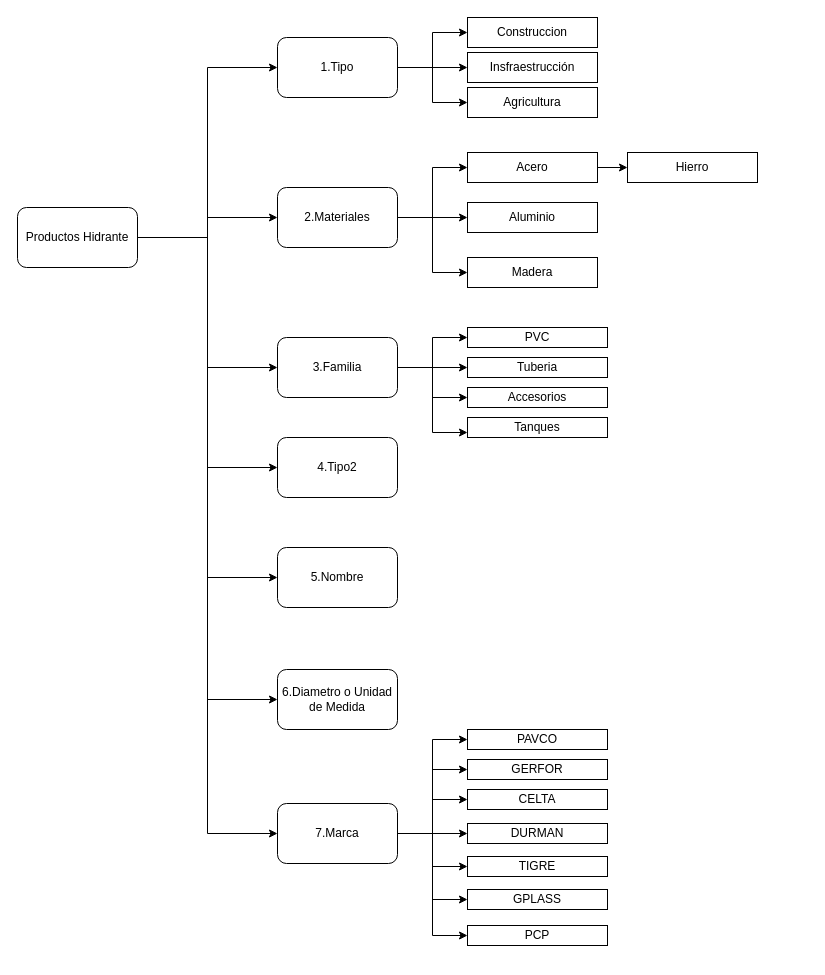
Above: Untitled Diagram.drawio in diegoamb03/APOYO_BI (draw.io), before the change. Source tidied: cells renumbered, new cells numbered last; positions are measured from the earlier drawing's top-left corner, leaving out a move shared by most shapes. Both pictures are drawn from the tidied source at 100%, with x=0, y=0 at pixel (17, 17).
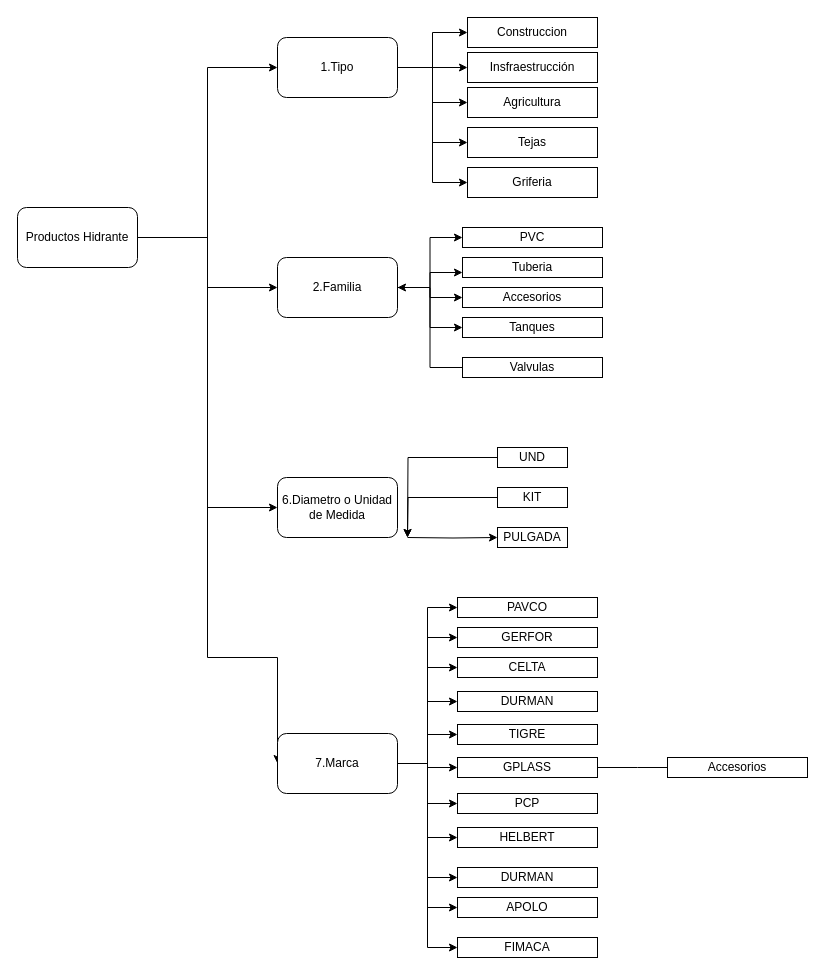
The same diagram, later.

Unchanged cells that the change refers to:
```xml
<mxCell id="9" value="Productos Hidrante" style="rounded=1;whiteSpace=wrap;html=1;" parent="1" vertex="1">
  <mxGeometry y="190" width="120" height="60" as="geometry" />
</mxCell>
<mxCell id="13" value="1.Tipo" style="rounded=1;whiteSpace=wrap;html=1;" parent="1" vertex="1">
  <mxGeometry x="260" y="20" width="120" height="60" as="geometry" />
</mxCell>
```

The edit, as a diff of the source:
```diff
@@
-    <mxCell id="4" style="edgeStyle=orthogonalEdgeStyle;rounded=0;jettySize=auto;html=1;entryX=0;entryY=0.5;entryDx=0;entryDy=0;" parent="1" edge="1" source="9" target="19">
-      <mxGeometry relative="1" as="geometry" />
-    </mxCell>
-    <mxCell id="5" style="edgeStyle=orthogonalEdgeStyle;rounded=0;jettySize=auto;html=1;entryX=0;entryY=0.5;entryDx=0;entryDy=0;" parent="1" edge="1" source="9" target="20">
-      <mxGeometry relative="1" as="geometry" />
-    </mxCell>
@@
     <mxCell id="7" style="edgeStyle=orthogonalEdgeStyle;rounded=0;jettySize=auto;html=1;entryX=0;entryY=0.5;entryDx=0;entryDy=0;" parent="1" edge="1" source="9" target="28">
-      <mxGeometry relative="1" as="geometry" />
+      <mxGeometry relative="1" as="geometry">
+        <Array as="points">
+          <mxPoint x="190" y="220" />
+          <mxPoint x="190" y="640" />
+        </Array>
+      </mxGeometry>
     </mxCell>
-    <mxCell id="8" style="edgeStyle=orthogonalEdgeStyle;rounded=0;jettySize=auto;html=1;entryX=0;entryY=0.5;entryDx=0;entryDy=0;" parent="1" edge="1" source="9" target="47">
-      <mxGeometry relative="1" as="geometry" />
-    </mxCell>
@@
+    <mxCell id="53" style="edgeStyle=orthogonalEdgeStyle;rounded=0;jettySize=auto;html=1;entryX=0;entryY=0.5;entryDx=0;entryDy=0;" parent="1" edge="1" source="13" target="67">
+      <mxGeometry relative="1" as="geometry" />
+    </mxCell>
+    <mxCell id="54" style="edgeStyle=orthogonalEdgeStyle;rounded=0;jettySize=auto;html=1;entryX=0;entryY=0.5;entryDx=0;entryDy=0;" parent="1" edge="1" source="13" target="68">
+      <mxGeometry relative="1" as="geometry" />
+    </mxCell>
@@
-    <mxCell id="15" style="edgeStyle=orthogonalEdgeStyle;rounded=0;jettySize=auto;html=1;" parent="1" edge="1" source="18" target="33">
+    <mxCell id="15" style="edgeStyle=orthogonalEdgeStyle;rounded=0;jettySize=auto;html=1;entryX=0;entryY=0.75;entryDx=0;entryDy=0;" parent="1" edge="1" source="18" target="33">
       <mxGeometry relative="1" as="geometry" />
     </mxCell>
@@
-    <mxCell id="17" style="edgeStyle=orthogonalEdgeStyle;rounded=0;jettySize=auto;html=1;entryX=0;entryY=0.75;entryDx=0;entryDy=0;" parent="1" edge="1" source="18" target="35">
+    <mxCell id="17" style="edgeStyle=orthogonalEdgeStyle;rounded=0;jettySize=auto;html=1;entryX=0;entryY=0.5;entryDx=0;entryDy=0;" parent="1" edge="1" source="18" target="35">
       <mxGeometry relative="1" as="geometry" />
     </mxCell>
-    <mxCell id="18" value="3.Familia" style="rounded=1;whiteSpace=wrap;html=1;" parent="1" vertex="1">
-      <mxGeometry x="260" y="320" width="120" height="60" as="geometry" />
+    <mxCell id="18" value="2.Familia" style="rounded=1;whiteSpace=wrap;html=1;" parent="1" vertex="1">
+      <mxGeometry x="260" y="240" width="120" height="60" as="geometry" />
     </mxCell>
-    <mxCell id="19" value="4.Tipo2" style="rounded=1;whiteSpace=wrap;html=1;" parent="1" vertex="1">
-      <mxGeometry x="260" y="420" width="120" height="60" as="geometry" />
-    </mxCell>
-    <mxCell id="20" value="5.Nombre" style="rounded=1;whiteSpace=wrap;html=1;" parent="1" vertex="1">
-      <mxGeometry x="260" y="530" width="120" height="60" as="geometry" />
-    </mxCell>
@@
+    <mxCell id="55" style="edgeStyle=orthogonalEdgeStyle;rounded=0;jettySize=auto;html=1;entryX=0;entryY=0.5;entryDx=0;entryDy=0;" parent="1" edge="1" source="28" target="66">
+      <mxGeometry relative="1" as="geometry" />
+    </mxCell>
+    <mxCell id="56" style="edgeStyle=orthogonalEdgeStyle;rounded=0;jettySize=auto;html=1;entryX=0;entryY=0.5;entryDx=0;entryDy=0;" parent="1" edge="1" source="28" target="70">
+      <mxGeometry relative="1" as="geometry" />
+    </mxCell>
+    <mxCell id="57" style="edgeStyle=orthogonalEdgeStyle;rounded=0;jettySize=auto;html=1;entryX=0;entryY=0.5;entryDx=0;entryDy=0;" parent="1" edge="1" source="28" target="71">
+      <mxGeometry relative="1" as="geometry" />
+    </mxCell>
+    <mxCell id="58" style="edgeStyle=orthogonalEdgeStyle;rounded=0;jettySize=auto;html=1;entryX=0;entryY=0.5;entryDx=0;entryDy=0;" parent="1" edge="1" source="28" target="72">
+      <mxGeometry relative="1" as="geometry" />
+    </mxCell>
     <mxCell id="28" value="7.Marca" style="rounded=1;whiteSpace=wrap;html=1;" parent="1" vertex="1">
-      <mxGeometry x="260" y="786" width="120" height="60" as="geometry" />
+      <mxGeometry x="260" y="716" width="120" height="60" as="geometry" />
     </mxCell>
@@
     <mxCell id="32" value="PVC" style="rounded=0;whiteSpace=wrap;html=1;" parent="1" vertex="1">
-      <mxGeometry x="450" y="310" width="140" height="20" as="geometry" />
+      <mxGeometry x="445" y="210" width="140" height="20" as="geometry" />
     </mxCell>
     <mxCell id="33" value="Tuberia" style="rounded=0;whiteSpace=wrap;html=1;" parent="1" vertex="1">
-      <mxGeometry x="450" y="340" width="140" height="20" as="geometry" />
+      <mxGeometry x="445" y="240" width="140" height="20" as="geometry" />
     </mxCell>
     <mxCell id="34" value="Accesorios" style="rounded=0;whiteSpace=wrap;html=1;" parent="1" vertex="1">
-      <mxGeometry x="450" y="370" width="140" height="20" as="geometry" />
+      <mxGeometry x="445" y="270" width="140" height="20" as="geometry" />
     </mxCell>
     <mxCell id="35" value="Tanques" style="rounded=0;whiteSpace=wrap;html=1;" parent="1" vertex="1">
-      <mxGeometry x="450" y="400" width="140" height="20" as="geometry" />
+      <mxGeometry x="445" y="300" width="140" height="20" as="geometry" />
     </mxCell>
+    <mxCell id="59" style="edgeStyle=orthogonalEdgeStyle;rounded=0;jettySize=auto;html=1;entryX=0;entryY=0.5;entryDx=0;entryDy=0;exitX=1;exitY=0.5;exitDx=0;exitDy=0;" parent="1" edge="1" target="65">
+      <mxGeometry relative="1" as="geometry">
+        <mxPoint x="390" y="520" as="sourcePoint" />
+      </mxGeometry>
+    </mxCell>
     <mxCell id="36" value="6.Diametro o Unidad de Medida" style="rounded=1;whiteSpace=wrap;html=1;" parent="1" vertex="1">
-      <mxGeometry x="260" y="652" width="120" height="60" as="geometry" />
+      <mxGeometry x="260" y="460" width="120" height="60" as="geometry" />
     </mxCell>
     <mxCell id="37" value="PAVCO" style="rounded=0;whiteSpace=wrap;html=1;" parent="1" vertex="1">
-      <mxGeometry x="450" y="712" width="140" height="20" as="geometry" />
+      <mxGeometry x="440" y="580" width="140" height="20" as="geometry" />
     </mxCell>
     <mxCell id="38" value="GERFOR" style="rounded=0;whiteSpace=wrap;html=1;" parent="1" vertex="1">
-      <mxGeometry x="450" y="742" width="140" height="20" as="geometry" />
+      <mxGeometry x="440" y="610" width="140" height="20" as="geometry" />
     </mxCell>
     <mxCell id="39" value="CELTA" style="rounded=0;whiteSpace=wrap;html=1;" parent="1" vertex="1">
-      <mxGeometry x="450" y="772" width="140" height="20" as="geometry" />
+      <mxGeometry x="440" y="640" width="140" height="20" as="geometry" />
     </mxCell>
     <mxCell id="40" value="DURMAN" style="rounded=0;whiteSpace=wrap;html=1;" parent="1" vertex="1">
-      <mxGeometry x="450" y="806" width="140" height="20" as="geometry" />
+      <mxGeometry x="440" y="674" width="140" height="20" as="geometry" />
     </mxCell>
     <mxCell id="41" value="TIGRE" style="rounded=0;whiteSpace=wrap;html=1;" parent="1" vertex="1">
-      <mxGeometry x="450" y="839" width="140" height="20" as="geometry" />
+      <mxGeometry x="440" y="707" width="140" height="20" as="geometry" />
     </mxCell>
+    <mxCell id="60" style="edgeStyle=orthogonalEdgeStyle;rounded=0;jettySize=auto;html=1;" parent="1" edge="1" source="42">
+      <mxGeometry relative="1" as="geometry">
+        <mxPoint x="660" y="750" as="targetPoint" />
+      </mxGeometry>
+    </mxCell>
     <mxCell id="42" value="GPLASS" style="rounded=0;whiteSpace=wrap;html=1;" parent="1" vertex="1">
-      <mxGeometry x="450" y="872" width="140" height="20" as="geometry" />
+      <mxGeometry x="440" y="740" width="140" height="20" as="geometry" />
     </mxCell>
     <mxCell id="43" value="PCP" style="rounded=0;whiteSpace=wrap;html=1;" parent="1" vertex="1">
-      <mxGeometry x="450" y="908" width="140" height="20" as="geometry" />
+      <mxGeometry x="440" y="776" width="140" height="20" as="geometry" />
     </mxCell>
-    <mxCell id="44" style="edgeStyle=orthogonalEdgeStyle;rounded=0;jettySize=auto;html=1;entryX=0;entryY=0.5;entryDx=0;entryDy=0;" parent="1" edge="1" source="47" target="49">
-      <mxGeometry relative="1" as="geometry" />
-    </mxCell>
-    <mxCell id="45" style="edgeStyle=orthogonalEdgeStyle;rounded=0;jettySize=auto;html=1;entryX=0;entryY=0.5;entryDx=0;entryDy=0;" parent="1" edge="1" source="47" target="50">
-      <mxGeometry relative="1" as="geometry" />
-    </mxCell>
-    <mxCell id="46" style="edgeStyle=orthogonalEdgeStyle;rounded=0;jettySize=auto;html=1;entryX=0;entryY=0.5;entryDx=0;entryDy=0;" parent="1" edge="1" source="47" target="51">
-      <mxGeometry relative="1" as="geometry" />
-    </mxCell>
-    <mxCell id="47" value="2.Materiales" style="rounded=1;whiteSpace=wrap;html=1;" parent="1" vertex="1">
-      <mxGeometry x="260" y="170" width="120" height="60" as="geometry" />
-    </mxCell>
-    <mxCell id="48" style="edgeStyle=orthogonalEdgeStyle;rounded=0;jettySize=auto;html=1;" parent="1" edge="1" source="49" target="52">
-      <mxGeometry relative="1" as="geometry" />
-    </mxCell>
-    <mxCell id="49" value="Acero" style="rounded=0;whiteSpace=wrap;html=1;" parent="1" vertex="1">
-      <mxGeometry x="450" y="135" width="130" height="30" as="geometry" />
-    </mxCell>
-    <mxCell id="50" value="Aluminio" style="rounded=0;whiteSpace=wrap;html=1;" parent="1" vertex="1">
-      <mxGeometry x="450" y="185" width="130" height="30" as="geometry" />
-    </mxCell>
-    <mxCell id="51" value="Madera" style="rounded=0;whiteSpace=wrap;html=1;" parent="1" vertex="1">
-      <mxGeometry x="450" y="240" width="130" height="30" as="geometry" />
-    </mxCell>
-    <mxCell id="52" value="Hierro" style="rounded=0;whiteSpace=wrap;html=1;" parent="1" vertex="1">
-      <mxGeometry x="610" y="135" width="130" height="30" as="geometry" />
-    </mxCell>
+    <mxCell id="61" style="edgeStyle=orthogonalEdgeStyle;rounded=0;jettySize=auto;html=1;entryX=1;entryY=0.5;entryDx=0;entryDy=0;" parent="1" edge="1" source="62">
+      <mxGeometry relative="1" as="geometry">
+        <mxPoint x="390" y="520" as="targetPoint" />
+      </mxGeometry>
+    </mxCell>
+    <mxCell id="62" value="UND" style="rounded=0;whiteSpace=wrap;html=1;" parent="1" vertex="1">
+      <mxGeometry x="480" y="430" width="70" height="20" as="geometry" />
+    </mxCell>
+    <mxCell id="63" style="edgeStyle=orthogonalEdgeStyle;rounded=0;jettySize=auto;html=1;entryX=1;entryY=0.5;entryDx=0;entryDy=0;" parent="1" edge="1" source="64">
+      <mxGeometry relative="1" as="geometry">
+        <mxPoint x="390" y="520" as="targetPoint" />
+      </mxGeometry>
+    </mxCell>
+    <mxCell id="64" value="KIT" style="rounded=0;whiteSpace=wrap;html=1;" parent="1" vertex="1">
+      <mxGeometry x="480" y="470" width="70" height="20" as="geometry" />
+    </mxCell>
+    <mxCell id="65" value="PULGADA" style="rounded=0;whiteSpace=wrap;html=1;" parent="1" vertex="1">
+      <mxGeometry x="480" y="510" width="70" height="20" as="geometry" />
+    </mxCell>
+    <mxCell id="66" value="HELBERT" style="rounded=0;whiteSpace=wrap;html=1;" parent="1" vertex="1">
+      <mxGeometry x="440" y="810" width="140" height="20" as="geometry" />
+    </mxCell>
+    <mxCell id="67" value="Tejas" style="rounded=0;whiteSpace=wrap;html=1;" parent="1" vertex="1">
+      <mxGeometry x="450" y="110" width="130" height="30" as="geometry" />
+    </mxCell>
+    <mxCell id="68" value="Griferia" style="rounded=0;whiteSpace=wrap;html=1;" parent="1" vertex="1">
+      <mxGeometry x="450" y="150" width="130" height="30" as="geometry" />
+    </mxCell>
+    <mxCell id="69" value="Accesorios" style="rounded=0;whiteSpace=wrap;html=1;" parent="1" vertex="1">
+      <mxGeometry x="650" y="740" width="140" height="20" as="geometry" />
+    </mxCell>
+    <mxCell id="70" value="DURMAN" style="rounded=0;whiteSpace=wrap;html=1;" parent="1" vertex="1">
+      <mxGeometry x="440" y="850" width="140" height="20" as="geometry" />
+    </mxCell>
+    <mxCell id="71" value="APOLO" style="rounded=0;whiteSpace=wrap;html=1;" parent="1" vertex="1">
+      <mxGeometry x="440" y="880" width="140" height="20" as="geometry" />
+    </mxCell>
+    <mxCell id="72" value="FIMACA" style="rounded=0;whiteSpace=wrap;html=1;" parent="1" vertex="1">
+      <mxGeometry x="440" y="920" width="140" height="20" as="geometry" />
+    </mxCell>
+    <mxCell id="73" style="edgeStyle=orthogonalEdgeStyle;rounded=0;jettySize=auto;html=1;entryX=1;entryY=0.5;entryDx=0;entryDy=0;" parent="1" edge="1" source="74" target="18">
+      <mxGeometry relative="1" as="geometry" />
+    </mxCell>
+    <mxCell id="74" value="Valvulas" style="rounded=0;whiteSpace=wrap;html=1;" parent="1" vertex="1">
+      <mxGeometry x="445" y="340" width="140" height="20" as="geometry" />
+    </mxCell>
```
